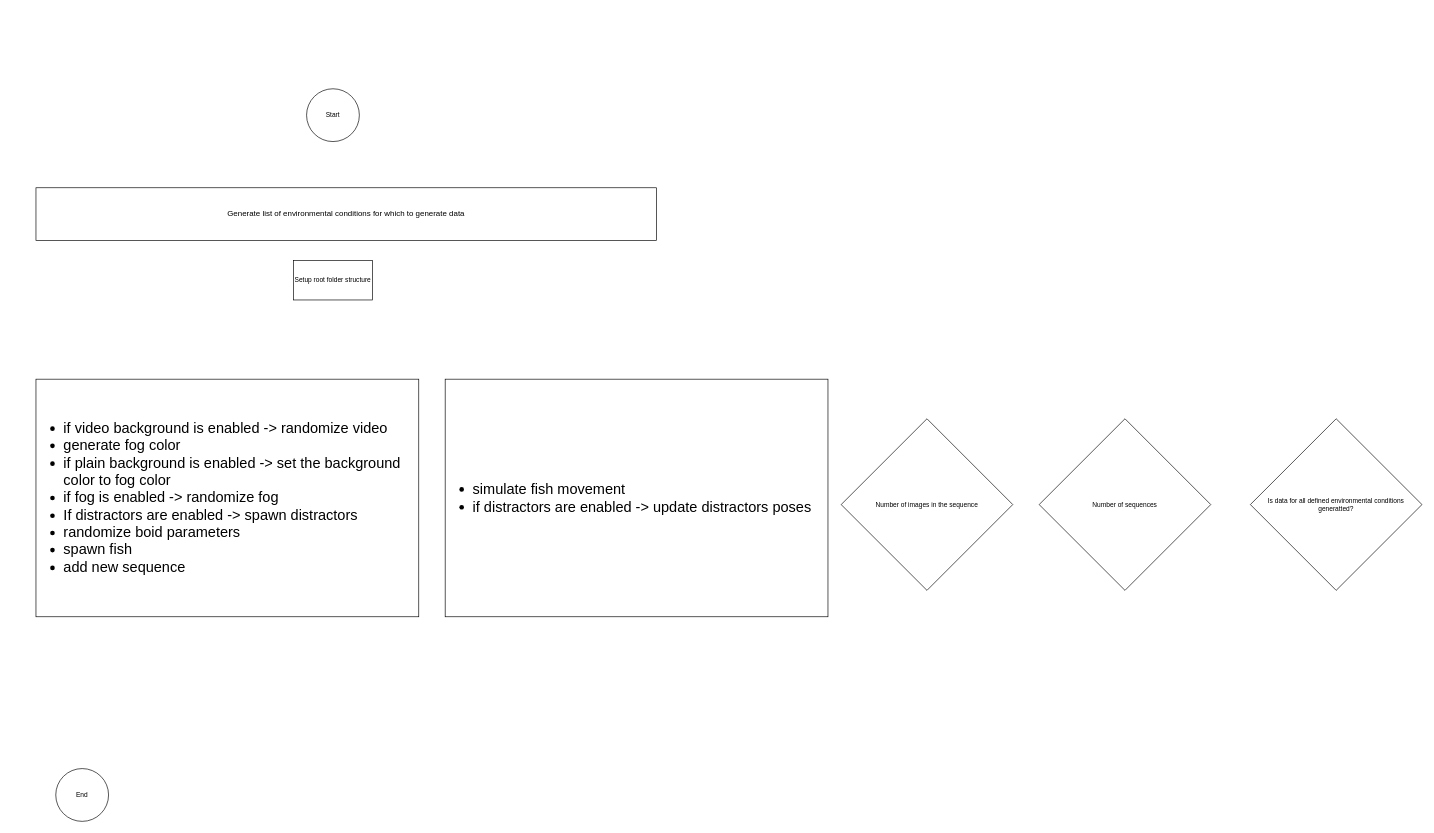
Before: Untitled Diagram.drawio in serkansatak/Underwater-Fish-Environment, a draw.io diagram. Source tidied: cells renumbered, new cells numbered last; positions are measured from the earlier drawing's top-left corner, leaving out a move shared by most shapes. Both pictures are drawn from the tidied source at 66%, with x=0, y=0 at pixel (36, 88).
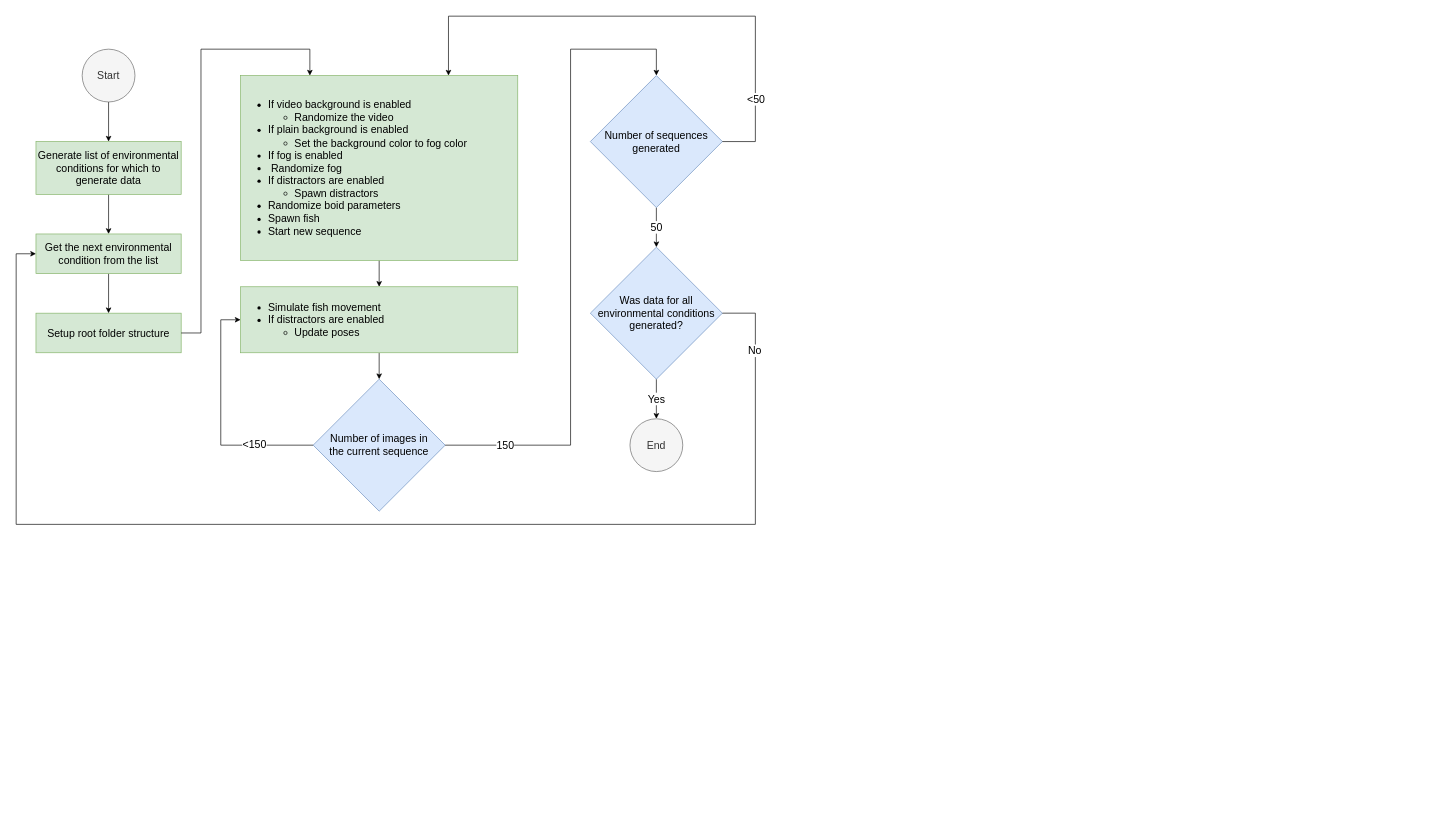
The same diagram, later.

What changed in the source:
```diff
@@
+    <mxCell id="11" style="edgeStyle=orthogonalEdgeStyle;rounded=0;jettySize=auto;html=1;fontSize=16;" parent="1" edge="1" source="2" target="18">
+      <mxGeometry relative="1" as="geometry" />
+    </mxCell>
-    <mxCell id="2" value="Generate list of environmental conditions for which to generate data" style="rounded=0;whiteSpace=wrap;html=1;" parent="1" vertex="1">
-      <mxGeometry y="150" width="940" height="80" as="geometry" />
+    <mxCell id="2" value="&lt;div style=&quot;font-size: 16px;&quot;&gt;&lt;font style=&quot;font-size: 16px;&quot;&gt;Generate list of environmental conditions for which to generate data&lt;br&gt;&lt;/font&gt;&lt;/div&gt;" style="rounded=0;whiteSpace=wrap;html=1;fillColor=#d5e8d4;strokeColor=#82b366;" parent="1" vertex="1">
+      <mxGeometry y="80" width="220" height="80" as="geometry" />
     </mxCell>
+    <mxCell id="12" style="edgeStyle=orthogonalEdgeStyle;rounded=0;jettySize=auto;html=1;fontSize=16;" parent="1" edge="1" source="3" target="4">
+      <mxGeometry relative="1" as="geometry" />
+    </mxCell>
-    <mxCell id="3" value="&lt;div style=&quot;font-size: 22px;&quot; align=&quot;left&quot;&gt;&lt;ul&gt;&lt;li&gt;&lt;font style=&quot;font-size: 22px;&quot;&gt;if video background is enabled -&amp;gt; randomize video&lt;/font&gt;&lt;/li&gt;&lt;li&gt;&lt;font style=&quot;font-size: 22px;&quot;&gt;generate fog color&lt;/font&gt;&lt;/li&gt;&lt;li&gt;&lt;font style=&quot;font-size: 22px;&quot;&gt;if plain background is enabled -&amp;gt; set the background color to fog color&lt;/font&gt;&lt;/li&gt;&lt;li&gt;&lt;font style=&quot;font-size: 22px;&quot;&gt;if fog is enabled -&amp;gt; randomize fog&lt;/font&gt;&lt;/li&gt;&lt;li&gt;&lt;font style=&quot;font-size: 22px;&quot;&gt;If distractors are enabled -&amp;gt; spawn distractors&amp;nbsp;&lt;/font&gt;&lt;/li&gt;&lt;li&gt;&lt;font style=&quot;font-size: 22px;&quot;&gt;randomize boid parameters&lt;/font&gt;&lt;/li&gt;&lt;li&gt;&lt;font style=&quot;font-size: 22px;&quot;&gt;spawn fish&lt;/font&gt;&lt;/li&gt;&lt;li&gt;&lt;font style=&quot;font-size: 22px;&quot;&gt;add new sequence&lt;br&gt;&lt;/font&gt;&lt;/li&gt;&lt;/ul&gt;&lt;/div&gt;" style="rounded=0;whiteSpace=wrap;html=1;align=left;" parent="1" vertex="1">
-      <mxGeometry y="440" width="580" height="360" as="geometry" />
+    <mxCell id="3" value="&lt;div style=&quot;font-size: 16px;&quot; align=&quot;left&quot;&gt;&lt;ul&gt;&lt;li&gt;&lt;font style=&quot;font-size: 16px;&quot;&gt;If video background is enabled &lt;br&gt;&lt;/font&gt;&lt;/li&gt;&lt;ul&gt;&lt;li&gt;&lt;font style=&quot;font-size: 16px;&quot;&gt;R&lt;font style=&quot;font-size: 16px;&quot;&gt;andomize the video&lt;/font&gt;&lt;/font&gt;&lt;/li&gt;&lt;/ul&gt;&lt;li&gt;&lt;font style=&quot;font-size: 16px;&quot;&gt;If plain background is enabled &lt;br&gt;&lt;/font&gt;&lt;/li&gt;&lt;ul&gt;&lt;li&gt;&lt;font style=&quot;font-size: 16px;&quot;&gt;Set the background color to fog color&lt;/font&gt;&lt;/li&gt;&lt;/ul&gt;&lt;li&gt;&lt;font style=&quot;font-size: 16px;&quot;&gt;If fog is enabled&lt;/font&gt;&lt;/li&gt;&lt;li&gt;&lt;font style=&quot;font-size: 16px;&quot;&gt;&lt;span style=&quot;white-space: pre;&quot;&gt; &lt;/span&gt;Randomize fog&lt;/font&gt;&lt;/li&gt;&lt;li&gt;&lt;font style=&quot;font-size: 16px;&quot;&gt;If distractors are enabled&lt;/font&gt;&lt;/li&gt;&lt;ul&gt;&lt;li&gt;&lt;font style=&quot;font-size: 16px;&quot;&gt;Spawn distractors&amp;nbsp;&lt;/font&gt;&lt;/li&gt;&lt;/ul&gt;&lt;li&gt;&lt;font style=&quot;font-size: 16px;&quot;&gt;Randomize boid parameters&lt;/font&gt;&lt;/li&gt;&lt;li&gt;&lt;font style=&quot;font-size: 16px;&quot;&gt;Spawn fish&lt;/font&gt;&lt;/li&gt;&lt;li&gt;&lt;font style=&quot;font-size: 16px;&quot;&gt;Start new sequence&lt;/font&gt;&lt;/li&gt;&lt;/ul&gt;&lt;/div&gt;" style="rounded=0;whiteSpace=wrap;html=1;align=left;fillColor=#d5e8d4;strokeColor=#82b366;" parent="1" vertex="1">
+      <mxGeometry x="310" y="-20" width="420" height="280" as="geometry" />
     </mxCell>
+    <mxCell id="13" style="edgeStyle=orthogonalEdgeStyle;rounded=0;jettySize=auto;html=1;fontSize=16;" parent="1" edge="1" source="4" target="5">
+      <mxGeometry relative="1" as="geometry" />
+    </mxCell>
-    <mxCell id="4" value="&lt;div style=&quot;font-size: 22px;&quot; align=&quot;left&quot;&gt;&lt;ul&gt;&lt;li&gt;simulate fish movement&lt;/li&gt;&lt;li&gt;if distractors are enabled -&amp;gt; update distractors poses &lt;br&gt;&lt;/li&gt;&lt;/ul&gt;&lt;/div&gt;" style="rounded=0;whiteSpace=wrap;html=1;align=left;" parent="1" vertex="1">
-      <mxGeometry x="620" y="440" width="580" height="360" as="geometry" />
+    <mxCell id="4" value="&lt;div style=&quot;font-size: 16px;&quot; align=&quot;left&quot;&gt;&lt;ul&gt;&lt;li&gt;&lt;font style=&quot;font-size: 16px;&quot;&gt;Simulate fish movement&lt;/font&gt;&lt;/li&gt;&lt;li&gt;&lt;font style=&quot;font-size: 16px;&quot;&gt;If distractors are enabled &lt;br&gt;&lt;/font&gt;&lt;/li&gt;&lt;ul&gt;&lt;li&gt;&lt;font style=&quot;font-size: 16px;&quot;&gt;Update poses&lt;br&gt;&lt;/font&gt;&lt;/li&gt;&lt;/ul&gt;&lt;/ul&gt;&lt;/div&gt;" style="rounded=0;whiteSpace=wrap;html=1;align=left;fillColor=#d5e8d4;strokeColor=#82b366;" parent="1" vertex="1">
+      <mxGeometry x="310" y="300" width="420" height="100" as="geometry" />
     </mxCell>
-    <mxCell id="5" value="Number of images in the sequence" style="rhombus;whiteSpace=wrap;html=1;fontSize=10;" parent="1" vertex="1">
-      <mxGeometry x="1220" y="500" width="260" height="260" as="geometry" />
+    <mxCell id="5" value="&lt;font style=&quot;font-size: 16px;&quot;&gt;Number of images in&lt;br&gt;the current sequence&lt;/font&gt;" style="rhombus;whiteSpace=wrap;html=1;fontSize=10;fillColor=#dae8fc;strokeColor=#6c8ebf;" parent="1" vertex="1">
+      <mxGeometry x="420" y="440" width="200" height="200" as="geometry" />
     </mxCell>
+    <mxCell id="14" value="50" style="edgeStyle=orthogonalEdgeStyle;rounded=0;jettySize=auto;html=1;fontSize=16;" parent="1" edge="1" source="6" target="9">
+      <mxGeometry relative="1" as="geometry" />
+    </mxCell>
-    <mxCell id="6" value="Number of sequences" style="rhombus;whiteSpace=wrap;html=1;fontSize=10;" parent="1" vertex="1">
-      <mxGeometry x="1520" y="500" width="260" height="260" as="geometry" />
+    <mxCell id="6" value="&lt;font style=&quot;font-size: 16px;&quot;&gt;Number of sequences generated&lt;/font&gt;" style="rhombus;whiteSpace=wrap;html=1;fontSize=10;fillColor=#dae8fc;strokeColor=#6c8ebf;" parent="1" vertex="1">
+      <mxGeometry x="840" y="-20" width="200" height="200" as="geometry" />
     </mxCell>
+    <mxCell id="15" style="edgeStyle=orthogonalEdgeStyle;rounded=0;jettySize=auto;html=1;fontSize=16;" parent="1" edge="1" source="7" target="2">
+      <mxGeometry relative="1" as="geometry" />
+    </mxCell>
-    <mxCell id="7" value="Start" style="ellipse;whiteSpace=wrap;html=1;fontSize=10;" parent="1" vertex="1">
-      <mxGeometry x="410" width="80" height="80" as="geometry" />
+    <mxCell id="7" value="&lt;font style=&quot;font-size: 16px;&quot;&gt;Start&lt;/font&gt;" style="ellipse;whiteSpace=wrap;html=1;fontSize=10;fillColor=#f5f5f5;fontColor=#333333;strokeColor=#666666;" parent="1" vertex="1">
+      <mxGeometry x="70" y="-60" width="80" height="80" as="geometry" />
     </mxCell>
-    <mxCell id="8" value="&lt;div&gt;End&lt;/div&gt;" style="ellipse;whiteSpace=wrap;html=1;fontSize=10;" parent="1" vertex="1">
-      <mxGeometry x="30" y="1030" width="80" height="80" as="geometry" />
-    </mxCell>
+    <mxCell id="16" value="Yes" style="edgeStyle=orthogonalEdgeStyle;rounded=0;jettySize=auto;html=1;fontSize=16;" parent="1" edge="1" source="9" target="8">
+      <mxGeometry relative="1" as="geometry" />
+    </mxCell>
-    <mxCell id="9" value="&lt;div&gt;Is data for all defined environmental conditions generatted?&lt;/div&gt;" style="rhombus;whiteSpace=wrap;html=1;fontSize=10;" parent="1" vertex="1">
-      <mxGeometry x="1840" y="500" width="260" height="260" as="geometry" />
+    <mxCell id="9" value="&lt;div style=&quot;font-size: 16px;&quot;&gt;&lt;font style=&quot;font-size: 16px;&quot;&gt;Was data for all&lt;br&gt;environmental conditions generated?&lt;/font&gt;&lt;/div&gt;" style="rhombus;whiteSpace=wrap;html=1;fontSize=10;fillColor=#dae8fc;strokeColor=#6c8ebf;" parent="1" vertex="1">
+      <mxGeometry x="840" y="240" width="200" height="200" as="geometry" />
     </mxCell>
-    <mxCell id="10" value="Setup root folder structure" style="rounded=0;whiteSpace=wrap;html=1;fontSize=10;" parent="1" vertex="1">
-      <mxGeometry x="390" y="260" width="120" height="60" as="geometry" />
+    <mxCell id="10" value="&lt;font style=&quot;font-size: 16px;&quot;&gt;Setup root folder structure&lt;/font&gt;" style="rounded=0;whiteSpace=wrap;html=1;fontSize=10;fillColor=#d5e8d4;strokeColor=#82b366;" parent="1" vertex="1">
+      <mxGeometry y="340" width="220" height="60" as="geometry" />
     </mxCell>
+    <mxCell id="17" style="edgeStyle=orthogonalEdgeStyle;rounded=0;jettySize=auto;html=1;fontSize=16;" parent="1" edge="1" source="18" target="10">
+      <mxGeometry relative="1" as="geometry" />
+    </mxCell>
+    <mxCell id="18" value="&lt;font style=&quot;font-size: 16px;&quot;&gt;Get the next environmental condition from the list&lt;br&gt;&lt;/font&gt;" style="rounded=0;whiteSpace=wrap;html=1;fontSize=10;fillColor=#d5e8d4;strokeColor=#82b366;" parent="1" vertex="1">
+      <mxGeometry y="220" width="220" height="60" as="geometry" />
+    </mxCell>
+    <mxCell id="8" value="&lt;font style=&quot;font-size: 16px;&quot;&gt;End&lt;/font&gt;" style="ellipse;whiteSpace=wrap;html=1;fontSize=10;fillColor=#f5f5f5;fontColor=#333333;strokeColor=#666666;" parent="1" vertex="1">
+      <mxGeometry x="900" y="500" width="80" height="80" as="geometry" />
+    </mxCell>
+    <mxCell id="19" style="endArrow=classic;html=1;rounded=0;fontSize=16;exitX=1;exitY=0.5;exitDx=0;exitDy=0;entryX=0.25;entryY=0;entryDx=0;entryDy=0;" parent="1" edge="1" source="10" target="3">
+      <mxGeometry relative="1" as="geometry">
+        <Array as="points">
+          <mxPoint x="250" y="370" />
+          <mxPoint x="250" y="-60" />
+          <mxPoint x="415" y="-60" />
+        </Array>
+      </mxGeometry>
+    </mxCell>
+    <mxCell id="20" value="150" style="endArrow=classic;html=1;rounded=0;fontSize=16;exitX=1;exitY=0.5;exitDx=0;exitDy=0;entryX=0.5;entryY=0;entryDx=0;entryDy=0;" parent="1" edge="1" source="5" target="6">
+      <mxGeometry x="-0.81" relative="1" as="geometry">
+        <Array as="points">
+          <mxPoint x="810" y="540" />
+          <mxPoint x="810" y="-60" />
+          <mxPoint x="940" y="-60" />
+        </Array>
+      </mxGeometry>
+    </mxCell>
+    <mxCell id="21" style="endArrow=classic;html=1;rounded=0;fontSize=16;exitX=0;exitY=0.5;exitDx=0;exitDy=0;entryX=0;entryY=0.5;entryDx=0;entryDy=0;" parent="1" edge="1" source="5" target="4">
+      <mxGeometry relative="1" as="geometry">
+        <Array as="points">
+          <mxPoint x="280" y="540" />
+          <mxPoint x="280" y="350" />
+        </Array>
+      </mxGeometry>
+    </mxCell>
+    <mxCell id="22" value="&amp;lt;150" style="edgeLabel;html=1;align=center;verticalAlign=middle;fontSize=16;" parent="21" vertex="1">
+      <mxGeometry x="-0.5" y="-2" relative="1" as="geometry" />
+    </mxCell>
+    <mxCell id="23" style="endArrow=classic;html=1;rounded=0;fontSize=16;exitX=1;exitY=0.5;exitDx=0;exitDy=0;entryX=0.75;entryY=0;entryDx=0;entryDy=0;" parent="1" edge="1" source="6" target="3">
+      <mxGeometry relative="1" as="geometry">
+        <Array as="points">
+          <mxPoint x="1090" y="80" />
+          <mxPoint x="1090" y="-110" />
+          <mxPoint x="625" y="-110" />
+        </Array>
+      </mxGeometry>
+    </mxCell>
+    <mxCell id="24" value="&amp;lt;50" style="edgeLabel;html=1;align=center;verticalAlign=middle;fontSize=16;" parent="23" vertex="1">
+      <mxGeometry x="-0.71" relative="1" as="geometry" />
+    </mxCell>
+    <mxCell id="25" style="endArrow=classic;html=1;rounded=0;fontSize=16;exitX=1;exitY=0.5;exitDx=0;exitDy=0;entryX=0;entryY=0.5;entryDx=0;entryDy=0;" parent="1" edge="1" source="9" target="18">
+      <mxGeometry relative="1" as="geometry">
+        <Array as="points">
+          <mxPoint x="1090" y="340" />
+          <mxPoint x="1090" y="660" />
+          <mxPoint x="-30" y="660" />
+          <mxPoint x="-30" y="250" />
+        </Array>
+      </mxGeometry>
+    </mxCell>
+    <mxCell id="26" value="No" style="edgeLabel;html=1;align=center;verticalAlign=middle;fontSize=16;" parent="25" vertex="1">
+      <mxGeometry x="-0.89" y="-2" relative="1" as="geometry" />
+    </mxCell>
```
